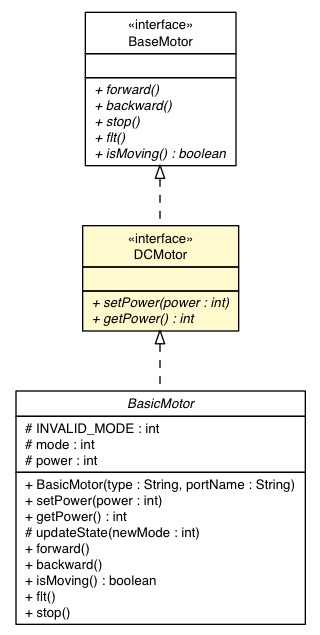
This is docs/api/lejos/robotics/DCMotor.png from DMyTryC/ev3dev-lang-java, a Graphviz export, as it was before one commit. Its source is kept beside it as docs/api/lejos/robotics/DCMotor.dot. Its diagram source:
```dot

digraph G {
	edge [fontname="Helvetica",fontsize=10,labelfontname="Helvetica",labelfontsize=10];
	node [fontname="Helvetica",fontsize=10,shape=plaintext];
	nodesep=0.25;
	ranksep=0.5;
	c1173 [label=<<table title="ev3dev.hardware.motor.BasicMotor" border="0" cellborder="1" cellspacing="0" cellpadding="2" port="p" href="../../ev3dev/hardware/motor/BasicMotor.html">
		<tr><td><table border="0" cellspacing="0" cellpadding="1">
<tr><td align="center" balign="center"><font face="Helvetica-Oblique"> BasicMotor </font></td></tr>
		</table></td></tr>
		<tr><td><table border="0" cellspacing="0" cellpadding="1">
<tr><td align="left" balign="left"> # INVALID_MODE : int </td></tr>
<tr><td align="left" balign="left"> # mode : int </td></tr>
<tr><td align="left" balign="left"> # power : int </td></tr>
		</table></td></tr>
		<tr><td><table border="0" cellspacing="0" cellpadding="1">
<tr><td align="left" balign="left"> + BasicMotor(type : String, portName : String) </td></tr>
<tr><td align="left" balign="left"> + setPower(power : int) </td></tr>
<tr><td align="left" balign="left"> + getPower() : int </td></tr>
<tr><td align="left" balign="left"> # updateState(newMode : int) </td></tr>
<tr><td align="left" balign="left"> + forward() </td></tr>
<tr><td align="left" balign="left"> + backward() </td></tr>
<tr><td align="left" balign="left"> + isMoving() : boolean </td></tr>
<tr><td align="left" balign="left"> + flt() </td></tr>
<tr><td align="left" balign="left"> + stop() </td></tr>
		</table></td></tr>
		</table>>, URL="../../ev3dev/hardware/motor/BasicMotor.html", fontname="Helvetica", fontcolor="black", fontsize=10.0];
	c1189 [label=<<table title="lejos.robotics.BaseMotor" border="0" cellborder="1" cellspacing="0" cellpadding="2" port="p" href="./BaseMotor.html">
		<tr><td><table border="0" cellspacing="0" cellpadding="1">
<tr><td align="center" balign="center"> &#171;interface&#187; </td></tr>
<tr><td align="center" balign="center"> BaseMotor </td></tr>
		</table></td></tr>
		<tr><td><table border="0" cellspacing="0" cellpadding="1">
<tr><td align="left" balign="left">  </td></tr>
		</table></td></tr>
		<tr><td><table border="0" cellspacing="0" cellpadding="1">
<tr><td align="left" balign="left"><font face="Helvetica-Oblique" point-size="10.0"> + forward() </font></td></tr>
<tr><td align="left" balign="left"><font face="Helvetica-Oblique" point-size="10.0"> + backward() </font></td></tr>
<tr><td align="left" balign="left"><font face="Helvetica-Oblique" point-size="10.0"> + stop() </font></td></tr>
<tr><td align="left" balign="left"><font face="Helvetica-Oblique" point-size="10.0"> + flt() </font></td></tr>
<tr><td align="left" balign="left"><font face="Helvetica-Oblique" point-size="10.0"> + isMoving() : boolean </font></td></tr>
		</table></td></tr>
		</table>>, URL="./BaseMotor.html", fontname="Helvetica", fontcolor="black", fontsize=10.0];
	c1191 [label=<<table title="lejos.robotics.DCMotor" border="0" cellborder="1" cellspacing="0" cellpadding="2" port="p" bgcolor="lemonChiffon" href="./DCMotor.html">
		<tr><td><table border="0" cellspacing="0" cellpadding="1">
<tr><td align="center" balign="center"> &#171;interface&#187; </td></tr>
<tr><td align="center" balign="center"> DCMotor </td></tr>
		</table></td></tr>
		<tr><td><table border="0" cellspacing="0" cellpadding="1">
<tr><td align="left" balign="left">  </td></tr>
		</table></td></tr>
		<tr><td><table border="0" cellspacing="0" cellpadding="1">
<tr><td align="left" balign="left"><font face="Helvetica-Oblique" point-size="10.0"> + setPower(power : int) </font></td></tr>
<tr><td align="left" balign="left"><font face="Helvetica-Oblique" point-size="10.0"> + getPower() : int </font></td></tr>
		</table></td></tr>
		</table>>, URL="./DCMotor.html", fontname="Helvetica", fontcolor="black", fontsize=10.0];
	c1191:p -> c1173:p [dir=back,arrowtail=empty,style=dashed];
	c1189:p -> c1191:p [dir=back,arrowtail=empty,style=dashed];
}
```
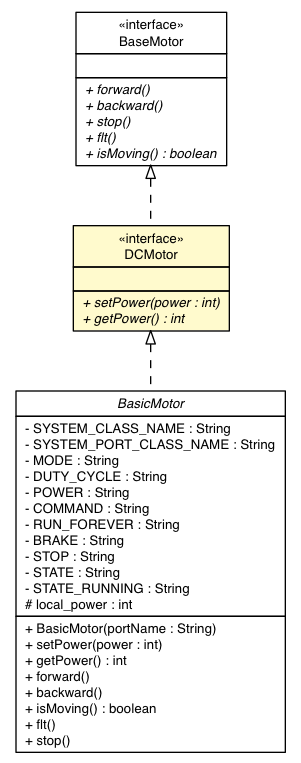
After the change.

The edit, as a diff of the source:
```diff
@@ -4,20 +4,28 @@
 	node [fontname="Helvetica",fontsize=10,shape=plaintext];
 	nodesep=0.25;
 	ranksep=0.5;
-	c1173 [label=<<table title="ev3dev.hardware.motor.BasicMotor" border="0" cellborder="1" cellspacing="0" cellpadding="2" port="p" href="../../ev3dev/hardware/motor/BasicMotor.html">
+	c1767 [label=<<table title="ev3dev.hardware.motor.BasicMotor" border="0" cellborder="1" cellspacing="0" cellpadding="2" port="p" href="../../ev3dev/hardware/motor/BasicMotor.html">
 		<tr><td><table border="0" cellspacing="0" cellpadding="1">
 <tr><td align="center" balign="center"><font face="Helvetica-Oblique"> BasicMotor </font></td></tr>
 		</table></td></tr>
 		<tr><td><table border="0" cellspacing="0" cellpadding="1">
-<tr><td align="left" balign="left"> # INVALID_MODE : int </td></tr>
-<tr><td align="left" balign="left"> # mode : int </td></tr>
-<tr><td align="left" balign="left"> # power : int </td></tr>
+<tr><td align="left" balign="left"> - SYSTEM_CLASS_NAME : String </td></tr>
+<tr><td align="left" balign="left"> - SYSTEM_PORT_CLASS_NAME : String </td></tr>
+<tr><td align="left" balign="left"> - MODE : String </td></tr>
+<tr><td align="left" balign="left"> - DUTY_CYCLE : String </td></tr>
+<tr><td align="left" balign="left"> - POWER : String </td></tr>
+<tr><td align="left" balign="left"> - COMMAND : String </td></tr>
+<tr><td align="left" balign="left"> - RUN_FOREVER : String </td></tr>
+<tr><td align="left" balign="left"> - BRAKE : String </td></tr>
+<tr><td align="left" balign="left"> - STOP : String </td></tr>
+<tr><td align="left" balign="left"> - STATE : String </td></tr>
+<tr><td align="left" balign="left"> - STATE_RUNNING : String </td></tr>
+<tr><td align="left" balign="left"> # local_power : int </td></tr>
 		</table></td></tr>
 		<tr><td><table border="0" cellspacing="0" cellpadding="1">
-<tr><td align="left" balign="left"> + BasicMotor(type : String, portName : String) </td></tr>
+<tr><td align="left" balign="left"> + BasicMotor(portName : String) </td></tr>
 <tr><td align="left" balign="left"> + setPower(power : int) </td></tr>
 <tr><td align="left" balign="left"> + getPower() : int </td></tr>
-<tr><td align="left" balign="left"> # updateState(newMode : int) </td></tr>
 <tr><td align="left" balign="left"> + forward() </td></tr>
 <tr><td align="left" balign="left"> + backward() </td></tr>
 <tr><td align="left" balign="left"> + isMoving() : boolean </td></tr>
@@ -25,7 +33,7 @@
 <tr><td align="left" balign="left"> + stop() </td></tr>
 		</table></td></tr>
 		</table>>, URL="../../ev3dev/hardware/motor/BasicMotor.html", fontname="Helvetica", fontcolor="black", fontsize=10.0];
-	c1189 [label=<<table title="lejos.robotics.BaseMotor" border="0" cellborder="1" cellspacing="0" cellpadding="2" port="p" href="./BaseMotor.html">
+	c1795 [label=<<table title="lejos.robotics.BaseMotor" border="0" cellborder="1" cellspacing="0" cellpadding="2" port="p" href="./BaseMotor.html">
 		<tr><td><table border="0" cellspacing="0" cellpadding="1">
 <tr><td align="center" balign="center"> &#171;interface&#187; </td></tr>
 <tr><td align="center" balign="center"> BaseMotor </td></tr>
@@ -41,7 +49,7 @@
 <tr><td align="left" balign="left"><font face="Helvetica-Oblique" point-size="10.0"> + isMoving() : boolean </font></td></tr>
 		</table></td></tr>
 		</table>>, URL="./BaseMotor.html", fontname="Helvetica", fontcolor="black", fontsize=10.0];
-	c1191 [label=<<table title="lejos.robotics.DCMotor" border="0" cellborder="1" cellspacing="0" cellpadding="2" port="p" bgcolor="lemonChiffon" href="./DCMotor.html">
+	c1799 [label=<<table title="lejos.robotics.DCMotor" border="0" cellborder="1" cellspacing="0" cellpadding="2" port="p" bgcolor="lemonChiffon" href="./DCMotor.html">
 		<tr><td><table border="0" cellspacing="0" cellpadding="1">
 <tr><td align="center" balign="center"> &#171;interface&#187; </td></tr>
 <tr><td align="center" balign="center"> DCMotor </td></tr>
@@ -54,6 +62,6 @@
 <tr><td align="left" balign="left"><font face="Helvetica-Oblique" point-size="10.0"> + getPower() : int </font></td></tr>
 		</table></td></tr>
 		</table>>, URL="./DCMotor.html", fontname="Helvetica", fontcolor="black", fontsize=10.0];
-	c1191:p -> c1173:p [dir=back,arrowtail=empty,style=dashed];
-	c1189:p -> c1191:p [dir=back,arrowtail=empty,style=dashed];
+	c1799:p -> c1767:p [dir=back,arrowtail=empty,style=dashed];
+	c1795:p -> c1799:p [dir=back,arrowtail=empty,style=dashed];
 }
```
